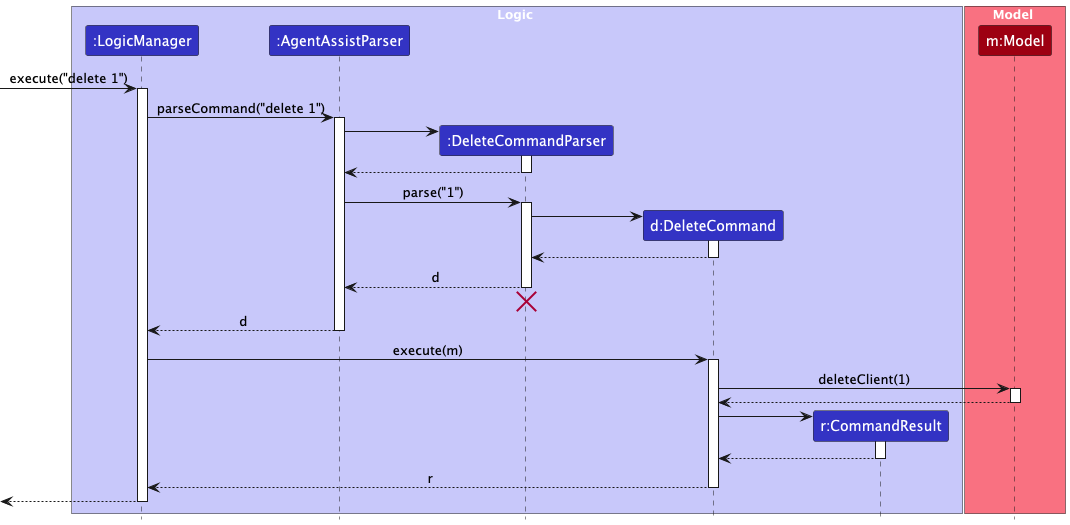
This is docs/images/DeleteSequenceDiagram.png from nus-cs2103-AY2425S1/tp, a PlantUML export, as it was before one commit.
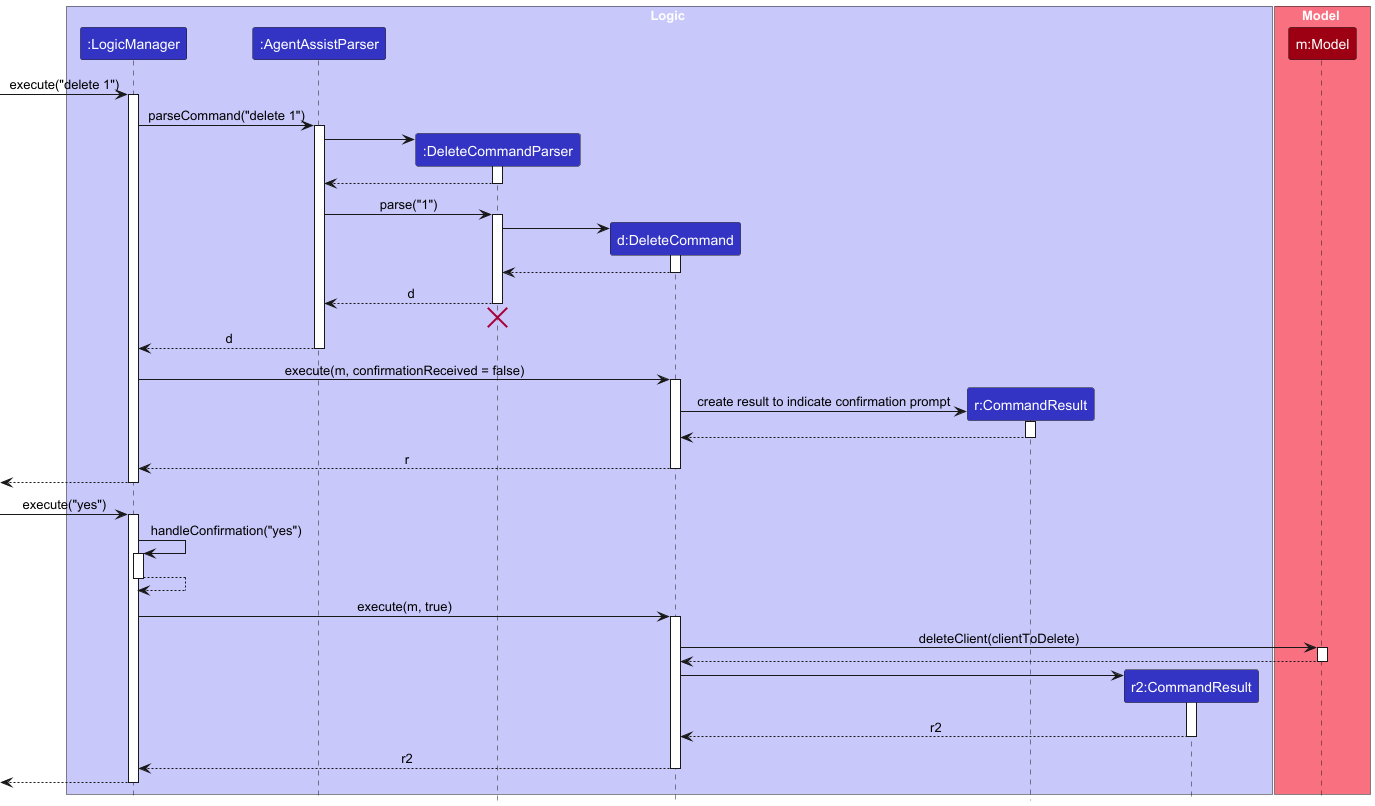
Later version of the same file.

Change to the diagram source:
```diff
@@ -8,6 +8,8 @@
 participant ":DeleteCommandParser" as DeleteCommandParser LOGIC_COLOR
 participant "d:DeleteCommand" as DeleteCommand LOGIC_COLOR
 participant "r:CommandResult" as CommandResult LOGIC_COLOR
+participant "r2:CommandResult" as SecondCommandResult LOGIC_COLOR
+
 end box
 
 box Model MODEL_COLOR_T1
@@ -45,17 +47,11 @@
 AgentAssistParser --> LogicManager : d
 deactivate AgentAssistParser
 
-LogicManager -> DeleteCommand : execute(m)
+LogicManager -> DeleteCommand : execute(m, confirmationReceived = false)
 activate DeleteCommand
 
-DeleteCommand -> Model : deleteClient(1)
-activate Model
-
-Model --> DeleteCommand
-deactivate Model
-
 create CommandResult
-DeleteCommand -> CommandResult
+DeleteCommand -> CommandResult : create result to indicate confirmation prompt
 activate CommandResult
 
 CommandResult --> DeleteCommand
@@ -64,6 +60,36 @@
 DeleteCommand --> LogicManager : r
 deactivate DeleteCommand
 
-[<--LogicManager
+[<--LogicManager :
+deactivate LogicManager
+[-> LogicManager : execute("yes")
+activate LogicManager
+
+LogicManager ->  LogicManager : handleConfirmation("yes")
+activate LogicManager
+
+LogicManager --> LogicManager
+deactivate LogicManager
+
+LogicManager -> DeleteCommand : execute(m, true)
+activate DeleteCommand
+
+DeleteCommand -> Model : deleteClient(clientToDelete)
+activate Model
+
+Model --> DeleteCommand
+deactivate Model
+
+create SecondCommandResult
+DeleteCommand -> SecondCommandResult
+activate SecondCommandResult
+
+SecondCommandResult --> DeleteCommand : r2
+deactivate SecondCommandResult
+
+DeleteCommand --> LogicManager : r2
+deactivate DeleteCommand
+
+[<-- LogicManager :
 deactivate LogicManager
 @enduml
```
